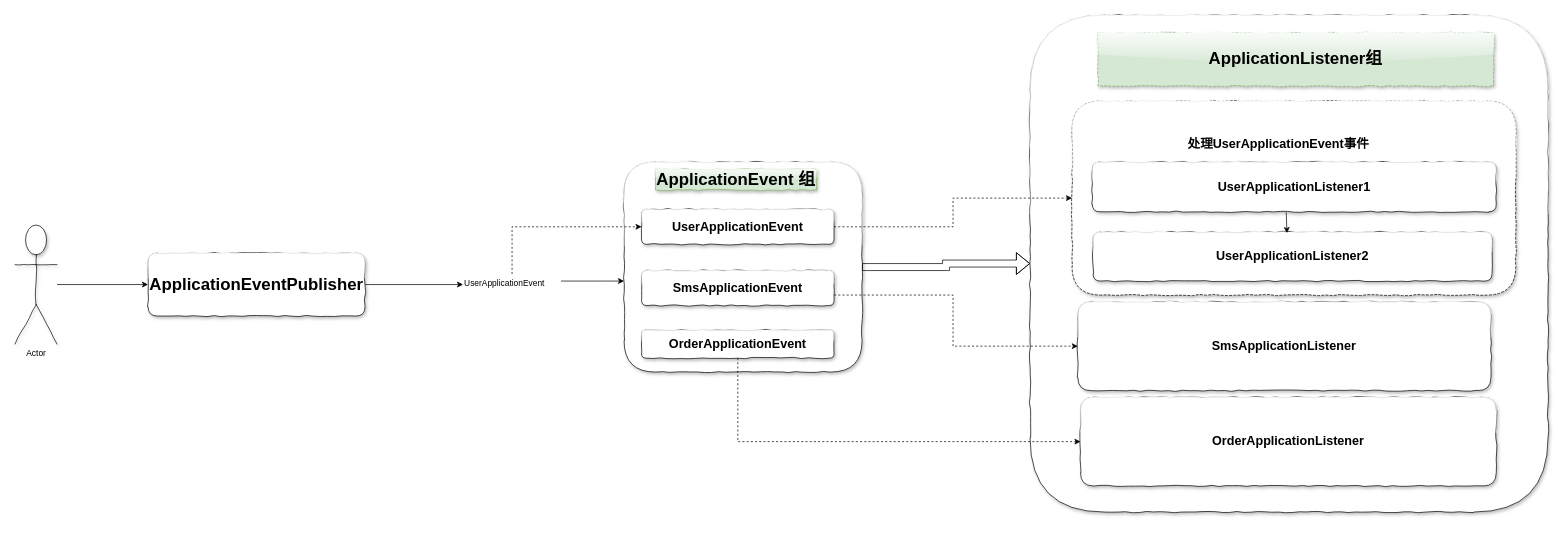
liukaixiong/MyHome keeps this draw.io diagram as page "ApplicationListener" (3 of 5) of 思维导图/spring/Spring容器.drawio. Above is the earlier version. Source tidied: cells renumbered, new cells numbered last; positions are measured from the earlier drawing's top-left corner, leaving out a move shared by most shapes. Both pictures are drawn from the tidied source at 70%, with x=0, y=0 at pixel (15, 15).
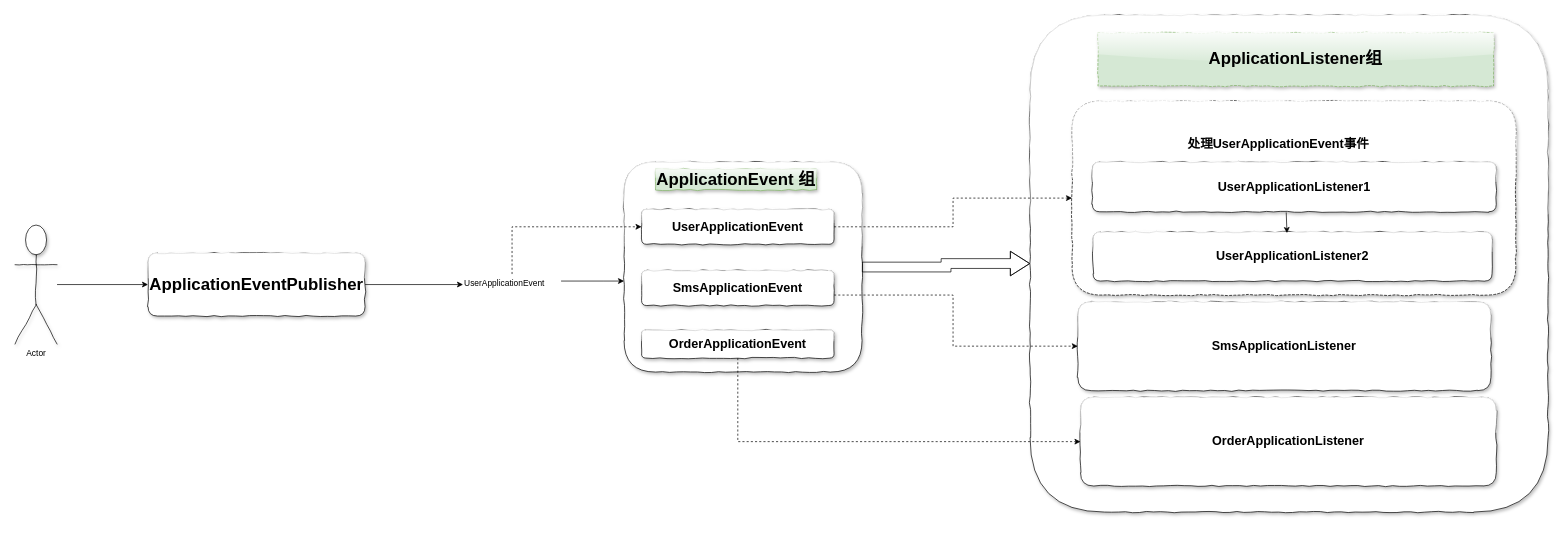
After the change.

Unchanged cells that the change refers to:
```xml
<mxCell id="7" style="rounded=1;whiteSpace=wrap;html=1;shadow=1;glass=1;comic=1;strokeColor=#000000;" parent="6" vertex="1">
  <mxGeometry width="340" height="300" as="geometry" />
</mxCell>
<mxCell id="18" style="rounded=1;whiteSpace=wrap;html=1;shadow=1;glass=1;comic=1;strokeColor=#000000;" parent="17" vertex="1">
  <mxGeometry width="740" height="710" as="geometry" />
</mxCell>
```

What changed in the source:
```diff
@@
-    <mxCell id="15" style="edgeStyle=orthogonalEdgeStyle;rounded=0;jettySize=auto;html=1;entryX=0;entryY=0.5;entryDx=0;entryDy=0;shape=flexArrow;" parent="1" edge="1" source="7" target="18">
+    <mxCell id="15" style="edgeStyle=orthogonalEdgeStyle;rounded=0;jettySize=auto;html=1;entryX=0;entryY=0.5;entryDx=0;entryDy=0;shape=flexArrow;width=14;endSize=8.87;" parent="1" edge="1" source="7" target="18">
       <mxGeometry relative="1" as="geometry" />
     </mxCell>
```
